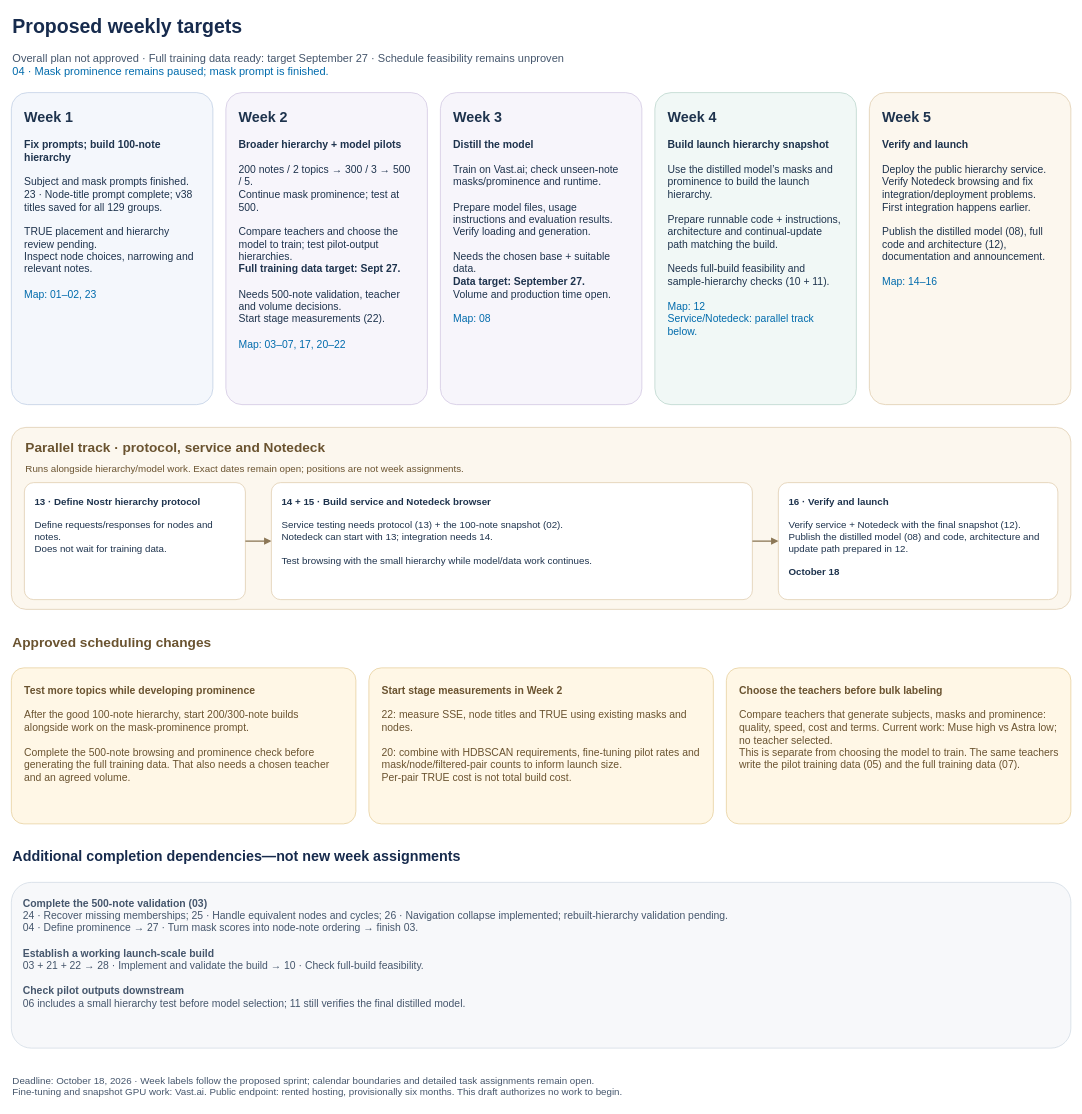
The draw.io diagram page "2 — Proposed weekly targets" (2 of 2) of docs/planning/october-18-release.drawio in kernelkind/oracle-research, before the edit. Source tidied: cells renumbered, new cells numbered last; positions are measured from the earlier drawing's top-left corner, leaving out a move shared by most shapes. Both pictures are drawn from the tidied source at 65%, with x=0, y=0 at pixel (11, 11).
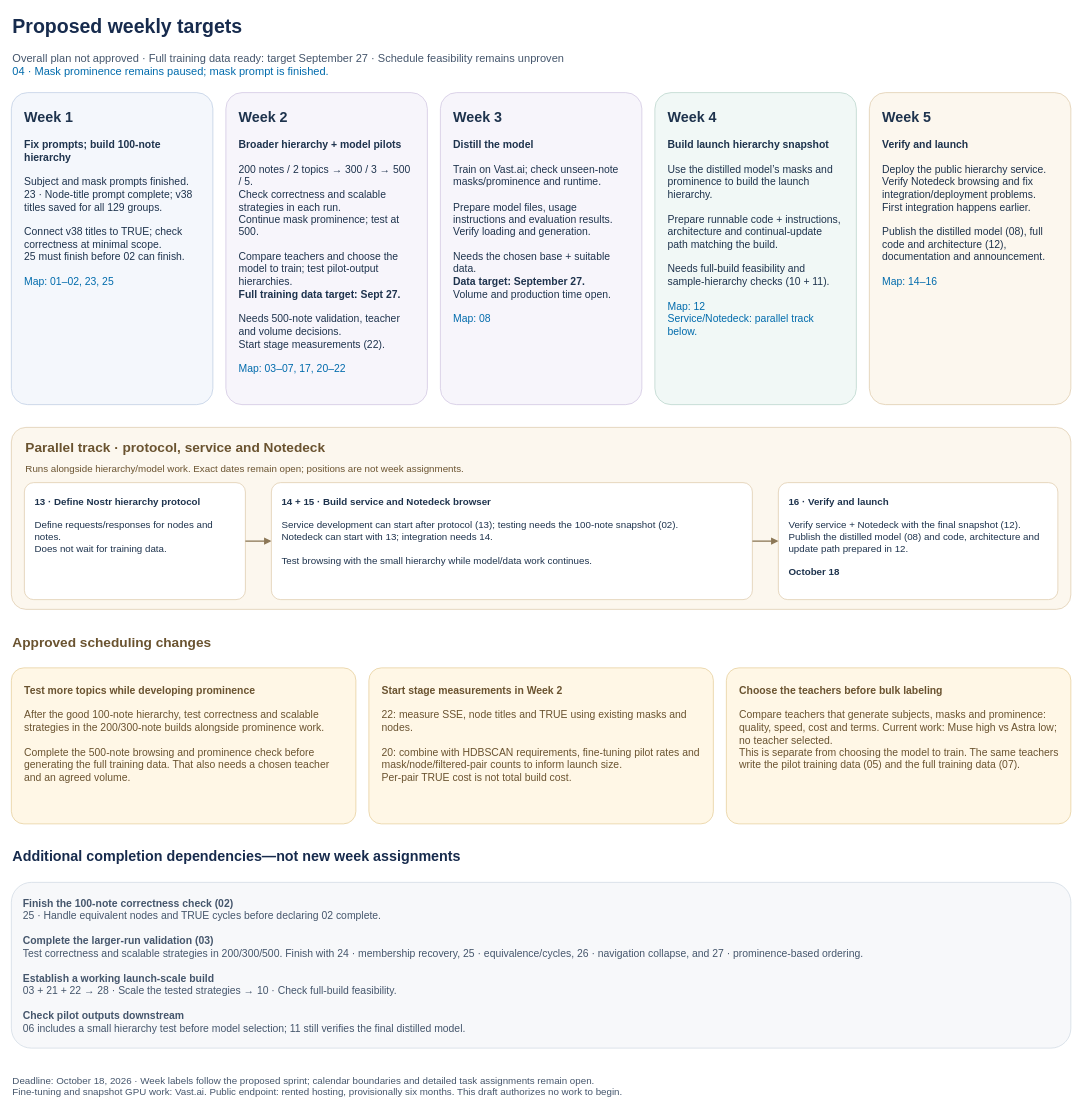
The same diagram, later.

Commit message (it also covers changes not shown here):
Clarify hierarchy validation dependencies

Change to the diagram source:
```diff
@@
-    <mxCell id="4" value="&lt;font style=&quot;font-size:22px&quot;&gt;&lt;b&gt;Week 1&lt;/b&gt;&lt;/font&gt;&lt;br&gt;&lt;br&gt;&lt;b&gt;Fix prompts; build 100-note hierarchy&lt;/b&gt;&lt;br&gt;&lt;br&gt;Subject and mask prompts finished.&lt;br&gt;23 · Node-title prompt complete; v38 titles saved for all 129 groups.&lt;br&gt;&lt;br&gt;TRUE placement and hierarchy review pending.&lt;br&gt;Inspect node choices, narrowing and relevant notes.&lt;br&gt;&lt;br&gt;&lt;font color=&quot;light-dark(#6b7788, #bac6d3)&quot;&gt;Map: 01–02, 23&lt;/font&gt;" style="rounded=1;arcSize=8;whiteSpace=wrap;html=1;fillColor=light-dark(#f4f7fc, #303c49);strokeColor=light-dark(#b7c8e0, #7c8da1);align=left;verticalAlign=top;spacing=20;fontSize=16;fontColor=light-dark(#1e334d, #e6edf3);" parent="1" vertex="1">
+    <mxCell id="4" value="&lt;font style=&quot;font-size:22px&quot;&gt;&lt;b&gt;Week 1&lt;/b&gt;&lt;/font&gt;&lt;br&gt;&lt;br&gt;&lt;b&gt;Fix prompts; build 100-note hierarchy&lt;/b&gt;&lt;br&gt;&lt;br&gt;Subject and mask prompts finished.&lt;br&gt;23 · Node-title prompt complete; v38 titles saved for all 129 groups.&lt;br&gt;&lt;br&gt;Connect v38 titles to TRUE; check correctness at minimal scope.&lt;br&gt;25 must finish before 02 can finish.&lt;br&gt;&lt;br&gt;&lt;font color=&quot;light-dark(#6b7788, #bac6d3)&quot;&gt;Map: 01–02, 23, 25&lt;/font&gt;" style="rounded=1;arcSize=8;whiteSpace=wrap;html=1;fillColor=light-dark(#f4f7fc, #303c49);strokeColor=light-dark(#b7c8e0, #7c8da1);align=left;verticalAlign=top;spacing=20;fontSize=16;fontColor=light-dark(#1e334d, #e6edf3);" parent="1" vertex="1">
       <mxGeometry y="125" width="310" height="480" as="geometry" />
     </mxCell>
-    <mxCell id="5" value="&lt;font style=&quot;font-size:22px&quot;&gt;&lt;b&gt;Week 2&lt;/b&gt;&lt;/font&gt;&lt;br&gt;&lt;br&gt;&lt;b&gt;Broader hierarchy + model pilots&lt;/b&gt;&lt;br&gt;&lt;br&gt;200 notes / 2 topics → 300 / 3 → 500 / 5.&lt;br&gt;Continue mask prominence; test at 500.&lt;br&gt;&lt;br&gt;Compare teachers and choose the model to train; test pilot-output hierarchies.&lt;br&gt;&lt;b&gt;Full training data target: Sept 27.&lt;/b&gt;&lt;br&gt;&lt;br&gt;Needs 500-note validation, teacher and volume decisions.&lt;br&gt;Start stage measurements (22).&lt;br&gt;&lt;br&gt;&lt;font color=&quot;light-dark(#6b7788, #bac6d3)&quot;&gt;Map: 03–07, 17, 20–22&lt;/font&gt;" style="rounded=1;arcSize=8;whiteSpace=wrap;html=1;fillColor=light-dark(#f7f5fb, #303c49);strokeColor=light-dark(#cbbfdd, #7c8da1);align=left;verticalAlign=top;spacing=20;fontSize=16;fontColor=light-dark(#1e334d, #e6edf3);" parent="1" vertex="1">
+    <mxCell id="5" value="&lt;font style=&quot;font-size:22px&quot;&gt;&lt;b&gt;Week 2&lt;/b&gt;&lt;/font&gt;&lt;br&gt;&lt;br&gt;&lt;b&gt;Broader hierarchy + model pilots&lt;/b&gt;&lt;br&gt;&lt;br&gt;200 notes / 2 topics → 300 / 3 → 500 / 5.&lt;br&gt;Check correctness and scalable strategies in each run.&lt;br&gt;Continue mask prominence; test at 500.&lt;br&gt;&lt;br&gt;Compare teachers and choose the model to train; test pilot-output hierarchies.&lt;br&gt;&lt;b&gt;Full training data target: Sept 27.&lt;/b&gt;&lt;br&gt;&lt;br&gt;Needs 500-note validation, teacher and volume decisions.&lt;br&gt;Start stage measurements (22).&lt;br&gt;&lt;br&gt;&lt;font color=&quot;light-dark(#6b7788, #bac6d3)&quot;&gt;Map: 03–07, 17, 20–22&lt;/font&gt;" style="rounded=1;arcSize=8;whiteSpace=wrap;html=1;fillColor=light-dark(#f7f5fb, #303c49);strokeColor=light-dark(#cbbfdd, #7c8da1);align=left;verticalAlign=top;spacing=20;fontSize=16;fontColor=light-dark(#1e334d, #e6edf3);" parent="1" vertex="1">
       <mxGeometry x="330" y="125" width="310" height="480" as="geometry" />
     </mxCell>
@@
-    <mxCell id="13" value="&lt;b&gt;14 + 15 · Build service and Notedeck browser&lt;/b&gt;&lt;br&gt;&lt;br&gt;Service testing needs protocol (13) + the 100-note snapshot (02).&lt;br&gt;Notedeck can start with 13; integration needs 14.&lt;br&gt;&lt;br&gt;Test browsing with the small hierarchy while model/data work continues." style="rounded=1;arcSize=8;whiteSpace=wrap;html=1;fillColor=light-dark(#ffffff, #303c49);strokeColor=light-dark(#dac5a2, #7c8da1);align=left;verticalAlign=top;spacing=16;fontSize=15;fontColor=light-dark(#1e334d, #e6edf3);" parent="1" vertex="1">
+    <mxCell id="13" value="&lt;b&gt;14 + 15 · Build service and Notedeck browser&lt;/b&gt;&lt;br&gt;&lt;br&gt;Service development can start after protocol (13); testing needs the 100-note snapshot (02).&lt;br&gt;Notedeck can start with 13; integration needs 14.&lt;br&gt;&lt;br&gt;Test browsing with the small hierarchy while model/data work continues." style="rounded=1;arcSize=8;whiteSpace=wrap;html=1;fillColor=light-dark(#ffffff, #303c49);strokeColor=light-dark(#dac5a2, #7c8da1);align=left;verticalAlign=top;spacing=16;fontSize=15;fontColor=light-dark(#1e334d, #e6edf3);" parent="1" vertex="1">
       <mxGeometry x="400" y="725" width="740" height="180" as="geometry" />
     </mxCell>
@@
-    <mxCell id="18" value="&lt;b&gt;Test more topics while developing prominence&lt;/b&gt;&lt;br&gt;&lt;br&gt;After the good 100-note hierarchy, start 200/300-note builds alongside work on the mask-prominence prompt.&lt;br&gt;&lt;br&gt;Complete the 500-note browsing and prominence check before generating the full training data. That also needs a chosen teacher and an agreed volume." style="rounded=1;arcSize=8;whiteSpace=wrap;html=1;fillColor=light-dark(#fff7e6, #332d24);strokeColor=light-dark(#e2c88f, #7c8da1);align=left;verticalAlign=top;spacing=20;fontSize=16;fontColor=light-dark(#6a5330, #e6edf3);" parent="1" vertex="1">
+    <mxCell id="18" value="&lt;b&gt;Test more topics while developing prominence&lt;/b&gt;&lt;br&gt;&lt;br&gt;After the good 100-note hierarchy, test correctness and scalable strategies in the 200/300-note builds alongside prominence work.&lt;br&gt;&lt;br&gt;Complete the 500-note browsing and prominence check before generating the full training data. That also needs a chosen teacher and an agreed volume." style="rounded=1;arcSize=8;whiteSpace=wrap;html=1;fillColor=light-dark(#fff7e6, #332d24);strokeColor=light-dark(#e2c88f, #7c8da1);align=left;verticalAlign=top;spacing=20;fontSize=16;fontColor=light-dark(#6a5330, #e6edf3);" parent="1" vertex="1">
       <mxGeometry y="1010" width="530" height="240" as="geometry" />
     </mxCell>
@@
-    <mxCell id="22" value="&lt;b&gt;Complete the 500-note validation (03)&lt;/b&gt;&lt;br&gt;24 · Recover missing memberships; 25 · Handle equivalent nodes and cycles; 26 · Navigation collapse implemented; rebuilt-hierarchy validation pending.&lt;br&gt;04 · Define prominence → 27 · Turn mask scores into node-note ordering → finish 03.&lt;br&gt;&lt;br&gt;&lt;b&gt;Establish a working launch-scale build&lt;/b&gt;&lt;br&gt;03 + 21 + 22 → 28 · Implement and validate the build → 10 · Check full-build feasibility.&lt;br&gt;&lt;br&gt;&lt;b&gt;Check pilot outputs downstream&lt;/b&gt;&lt;br&gt;06 includes a small hierarchy test before model selection; 11 still verifies the final distilled model." style="rounded=1;arcSize=12;whiteSpace=wrap;html=1;fillColor=light-dark(#f7f8fa, #303c49);strokeColor=light-dark(#cbd5e1, #7c8da1);fontColor=light-dark(#45566c, #e6edf3);strokeWidth=1;align=left;verticalAlign=top;spacing=18;fontSize=16;" parent="1" vertex="1">
+    <mxCell id="22" value="&lt;b&gt;Finish the 100-note correctness check (02)&lt;/b&gt;&lt;br&gt;25 · Handle equivalent nodes and TRUE cycles before declaring 02 complete.&lt;br&gt;&lt;br&gt;&lt;b&gt;Complete the larger-run validation (03)&lt;/b&gt;&lt;br&gt;Test correctness and scalable strategies in 200/300/500. Finish with 24 · membership recovery, 25 · equivalence/cycles, 26 · navigation collapse, and 27 · prominence-based ordering.&lt;br&gt;&lt;br&gt;&lt;b&gt;Establish a working launch-scale build&lt;/b&gt;&lt;br&gt;03 + 21 + 22 → 28 · Scale the tested strategies → 10 · Check full-build feasibility.&lt;br&gt;&lt;br&gt;&lt;b&gt;Check pilot outputs downstream&lt;/b&gt;&lt;br&gt;06 includes a small hierarchy test before model selection; 11 still verifies the final distilled model." style="rounded=1;arcSize=12;whiteSpace=wrap;html=1;fillColor=light-dark(#f7f8fa, #303c49);strokeColor=light-dark(#cbd5e1, #7c8da1);fontColor=light-dark(#45566c, #e6edf3);strokeWidth=1;align=left;verticalAlign=top;spacing=18;fontSize=16;" parent="1" vertex="1">
       <mxGeometry y="1340" width="1630" height="255" as="geometry" />
     </mxCell>
```
